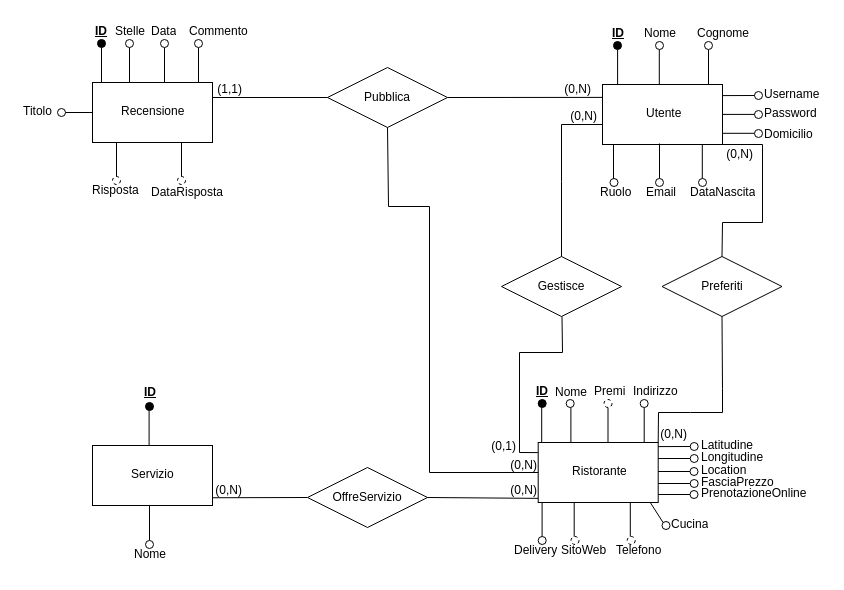
Earlier version of the draw.io diagram Progettazione/1_Doc. Conclusi/Diagrammi/ERDiagram.drawio (FloshDev/TheKnife-B). Source tidied: cells renumbered, new cells numbered last; positions are measured from the earlier drawing's top-left corner, leaving out a move shared by most shapes. Both pictures are drawn from the tidied source at 100%, with x=0, y=0 at pixel (17, 17).
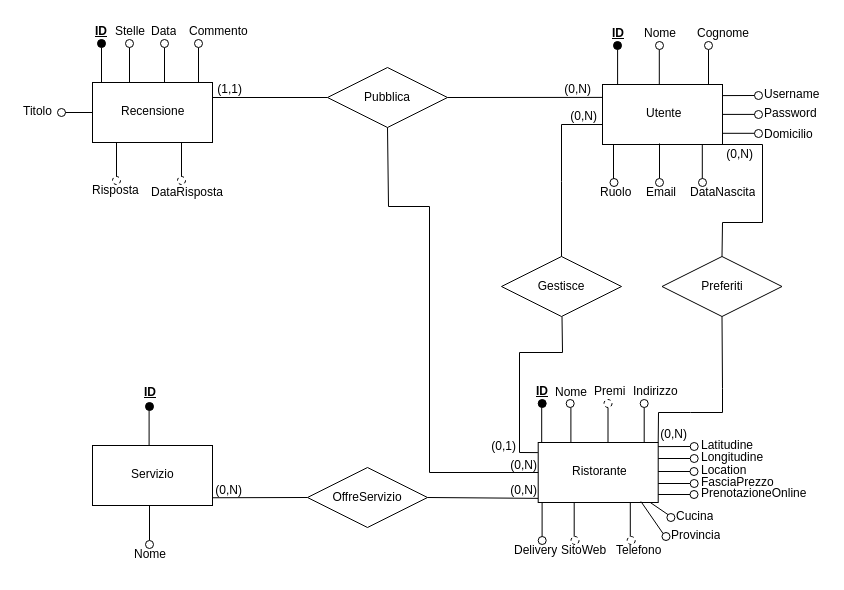
The same diagram, later.

Unchanged cells that the change refers to:
```xml
<mxCell id="67" style="rounded=0;whiteSpace=wrap;html=1;" parent="1" vertex="1">
  <mxGeometry x="520.7" y="425" width="120" height="60" as="geometry" />
</mxCell>
```

Diff of the diagram source:
```diff
@@
     <mxCell id="102" value="Cucina" style="text;strokeColor=none;fillColor=none;spacingLeft=4;spacingRight=4;overflow=hidden;fontSize=12;whiteSpace=wrap;html=1;" parent="1" vertex="1">
-      <mxGeometry x="648.2" y="493" width="56.6" height="30" as="geometry" />
+      <mxGeometry x="652.5" y="485" width="56.6" height="30" as="geometry" />
     </mxCell>
@@
     <mxCell id="104" style="ellipse;whiteSpace=wrap;html=1;align=center;" parent="1" vertex="1">
-      <mxGeometry x="644.5" y="504" width="8" height="8" as="geometry" />
+      <mxGeometry x="649.4" y="496" width="8" height="8" as="geometry" />
     </mxCell>
@@
+    <mxCell id="125" style="endArrow=none;html=1;rounded=0;entryX=0.856;entryY=0.983;entryDx=0;entryDy=0;entryPerimeter=0;exitX=0;exitY=0;exitDx=0;exitDy=0;" parent="1" edge="1" source="126" target="67">
+      <mxGeometry relative="1" as="geometry" />
+    </mxCell>
+    <mxCell id="126" style="ellipse;whiteSpace=wrap;html=1;align=center;" parent="1" vertex="1">
+      <mxGeometry x="644.5" y="515" width="8" height="8" as="geometry" />
+    </mxCell>
+    <mxCell id="127" value="Provincia" style="text;strokeColor=none;fillColor=none;spacingLeft=4;spacingRight=4;overflow=hidden;fontSize=12;whiteSpace=wrap;html=1;" parent="1" vertex="1">
+      <mxGeometry x="648.4" y="504" width="74" height="30" as="geometry" />
+    </mxCell>
```
